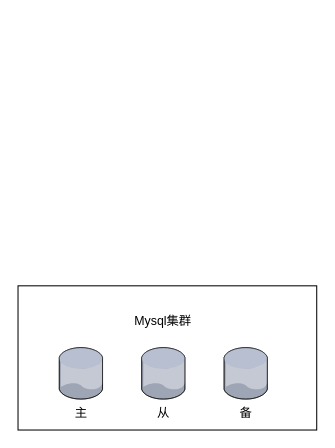
The draw.io diagram 数据库架构.drawio in chenyh017/common, before the edit. Source tidied: cells renumbered, new cells numbered last; positions are measured from the earlier drawing's top-left corner, leaving out a move shared by most shapes. Both pictures are drawn from the tidied source at 103%, with x=0, y=0 at pixel (18, 285).
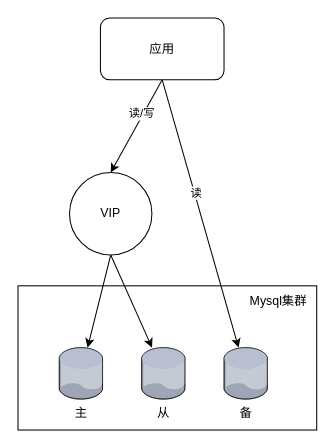
The same page after the edit.

Commit message:
更新数据库架构.drawio

Diff of the diagram source:
```diff
@@
 <mxGraphModel>
   <root>
     <mxCell id="0" />
     <mxCell id="1" parent="0" />
     <mxCell id="2" style="whiteSpace=wrap;html=1;" parent="1" vertex="1">
       <mxGeometry width="290" height="140" as="geometry" />
     </mxCell>
     <mxCell id="3" value="从" style="verticalLabelPosition=bottom;sketch=0;html=1;verticalAlign=top;strokeColor=none;align=center;outlineConnect=0;shape=mxgraph.citrix.database;" parent="1" vertex="1">
       <mxGeometry x="120" y="60" width="42.5" height="50" as="geometry" />
     </mxCell>
     <mxCell id="4" value="备" style="verticalLabelPosition=bottom;sketch=0;html=1;verticalAlign=top;strokeColor=none;align=center;outlineConnect=0;shape=mxgraph.citrix.database;" parent="1" vertex="1">
       <mxGeometry x="200" y="60" width="42.5" height="50" as="geometry" />
     </mxCell>
     <mxCell id="5" value="主" style="verticalLabelPosition=bottom;sketch=0;html=1;verticalAlign=top;strokeColor=none;align=center;outlineConnect=0;shape=mxgraph.citrix.database;" parent="1" vertex="1">
       <mxGeometry x="40" y="60" width="42.5" height="50" as="geometry" />
     </mxCell>
     <mxCell id="6" value="Mysql集群" style="text;html=1;whiteSpace=wrap;strokeColor=none;fillColor=none;align=center;verticalAlign=middle;rounded=0;" parent="1" vertex="1">
-      <mxGeometry x="111.2" y="20" width="60" height="30" as="geometry" />
+      <mxGeometry x="223" width="60" height="30" as="geometry" />
     </mxCell>
+    <mxCell id="7" style="edgeStyle=none;rounded=0;jettySize=auto;html=1;exitX=0.5;exitY=1;exitDx=0;exitDy=0;entryX=0.5;entryY=0;entryDx=0;entryDy=0;" parent="1" edge="1" source="11" target="14">
+      <mxGeometry relative="1" as="geometry" />
+    </mxCell>
+    <mxCell id="8" value="读/写" style="edgeLabel;html=1;align=center;verticalAlign=middle;" parent="7" vertex="1">
+      <mxGeometry x="-0.27" y="-2" relative="1" as="geometry" />
+    </mxCell>
+    <mxCell id="9" style="edgeStyle=none;rounded=0;jettySize=auto;html=1;exitX=0.5;exitY=1;exitDx=0;exitDy=0;" parent="1" edge="1" source="11" target="4">
+      <mxGeometry relative="1" as="geometry" />
+    </mxCell>
+    <mxCell id="10" value="读" style="edgeLabel;html=1;align=center;verticalAlign=middle;" parent="9" vertex="1">
+      <mxGeometry x="-0.16" y="1" relative="1" as="geometry" />
+    </mxCell>
+    <mxCell id="11" value="应用" style="rounded=1;whiteSpace=wrap;html=1;" parent="1" vertex="1">
+      <mxGeometry x="80" y="-260" width="120" height="60" as="geometry" />
+    </mxCell>
+    <mxCell id="12" style="edgeStyle=none;rounded=0;jettySize=auto;html=1;exitX=0.5;exitY=1;exitDx=0;exitDy=0;" parent="1" edge="1" source="14" target="5">
+      <mxGeometry relative="1" as="geometry" />
+    </mxCell>
+    <mxCell id="13" style="edgeStyle=none;rounded=0;jettySize=auto;html=1;exitX=0.5;exitY=1;exitDx=0;exitDy=0;" parent="1" edge="1" source="14" target="3">
+      <mxGeometry relative="1" as="geometry" />
+    </mxCell>
+    <mxCell id="14" value="VIP" style="ellipse;whiteSpace=wrap;html=1;" parent="1" vertex="1">
+      <mxGeometry x="50" y="-110" width="80" height="80" as="geometry" />
+    </mxCell>
   </root>
 </mxGraphModel>
```
